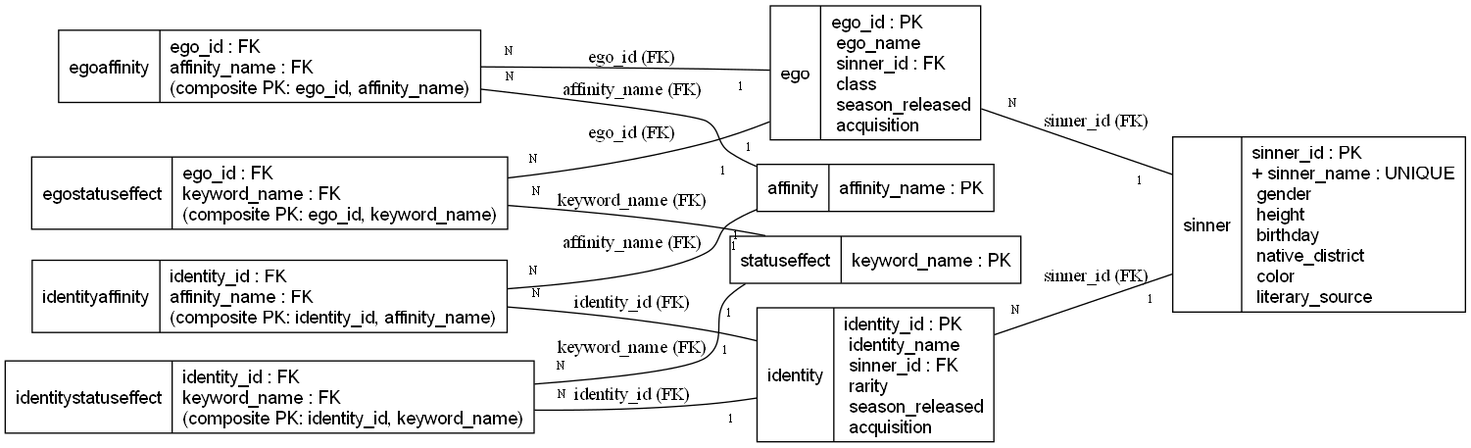
Earlier version of the Graphviz export LimbusDB/diagrams/limbus_db_er.png (NanaTechy/LimbusDB-Project). Its source is kept beside it as LimbusDB/diagrams/limbus_db_er.gv. Its diagram source:
```dot
digraph LimbusDB_ER {
  graph [rankdir=LR, fontsize=10];
  node [shape=record, fontname="Helvetica"];

  sinner [label="{sinner|<pk> sinner_id : PK\l+ sinner_name : UNIQUE\l gender\l height\l birthday\l native_district\l color\l literary_source\l}"];

  ego [label="{ego|<pk> ego_id : PK\l ego_name\l sinner_id : FK\l class\l season_released\l acquisition\l}"];

  identity [label="{identity|<pk> identity_id : PK\l identity_name\l sinner_id : FK\l rarity\l season_released\l acquisition\l}"];

  affinity [label="{affinity|<pk> affinity_name : PK}"];

  statuseffect [label="{statuseffect|<pk> keyword_name : PK}"];

  egoaffinity [label="{egoaffinity|ego_id : FK\laffinity_name : FK\l(composite PK: ego_id, affinity_name)\l}"];

  egostatuseffect [label="{egostatuseffect|ego_id : FK\lkeyword_name : FK\l(composite PK: ego_id, keyword_name)\l}"];

  identityaffinity [label="{identityaffinity|identity_id : FK\laffinity_name : FK\l(composite PK: identity_id, affinity_name)\l}"];

  identitystatuseffect [label="{identitystatuseffect|identity_id : FK\lkeyword_name : FK\l(composite PK: identity_id, keyword_name)\l}"];

  ego -> sinner [label="sinner_id (FK)", headlabel="1", taillabel="N", labelfontsize=9, labeldistance=2.5, labelangle=30, arrowhead=none];
  identity -> sinner [label="sinner_id (FK)", headlabel="1", taillabel="N", labelfontsize=9, labeldistance=2.5, labelangle=30, arrowhead=none];

  egoaffinity -> ego [label="ego_id (FK)", headlabel="1", taillabel="N", labelfontsize=9, labeldistance=2.5, labelangle=30, arrowhead=none];
  egoaffinity -> affinity [label="affinity_name (FK)", headlabel="1", taillabel="N", labelfontsize=9, labeldistance=2.5, labelangle=30, arrowhead=none];

  egostatuseffect -> ego [label="ego_id (FK)", headlabel="1", taillabel="N", labelfontsize=9, labeldistance=2.5, labelangle=30, arrowhead=none];
  egostatuseffect -> statuseffect [label="keyword_name (FK)", headlabel="1", taillabel="N", labelfontsize=9, labeldistance=2.5, labelangle=30, arrowhead=none];

  identityaffinity -> identity [label="identity_id (FK)", headlabel="1", taillabel="N", labelfontsize=9, labeldistance=2.5, labelangle=30, arrowhead=none];
  identityaffinity -> affinity [label="affinity_name (FK)", headlabel="1", taillabel="N", labelfontsize=9, labeldistance=2.5, labelangle=30, arrowhead=none];

  identitystatuseffect -> identity [label="identity_id (FK)", headlabel="1", taillabel="N", labelfontsize=9, labeldistance=2.5, labelangle=30, arrowhead=none];
  identitystatuseffect -> statuseffect [label="keyword_name (FK)", headlabel="1", taillabel="N", labelfontsize=9, labeldistance=2.5, labelangle=30, arrowhead=none];

  { rank=same; affinity; statuseffect }
  { rank=same; egoaffinity; egostatuseffect; identityaffinity; identitystatuseffect }
}
```
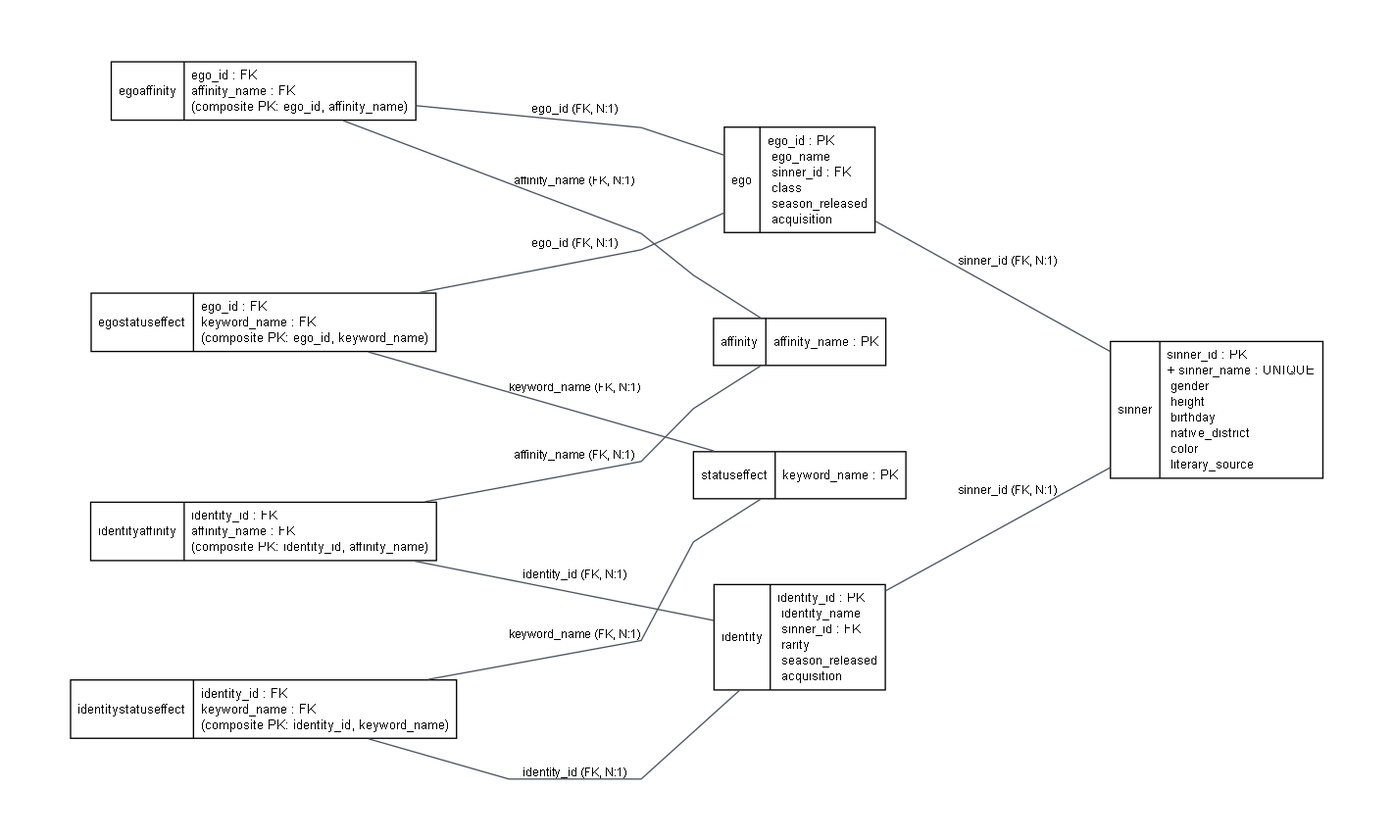
After the change.

Commit message:
Improved HTML navigation and made the ER Diagram more readable

What changed in the source:
```diff
@@ -1,6 +1,17 @@
 digraph LimbusDB_ER {
-  graph [rankdir=LR, fontsize=10];
-  node [shape=record, fontname="Helvetica"];
+  graph [
+    rankdir=LR,
+    fontsize=11,
+    fontname="Helvetica",
+    overlap=false,
+    splines=polyline,
+    nodesep=0.9,
+    ranksep=1.1,
+    pad="0.55,0.45",
+    margin="0.2,0.2"
+  ];
+  node [shape=record, fontname="Helvetica", fontsize=10, margin="0.08,0.06"];
+  edge [fontname="Helvetica", fontsize=9, arrowsize=0.7, color="#4b5563"];
 
   sinner [label="{sinner|<pk> sinner_id : PK\l+ sinner_name : UNIQUE\l gender\l height\l birthday\l native_district\l color\l literary_source\l}"];
 
@@ -20,20 +31,20 @@
 
   identitystatuseffect [label="{identitystatuseffect|identity_id : FK\lkeyword_name : FK\l(composite PK: identity_id, keyword_name)\l}"];
 
-  ego -> sinner [label="sinner_id (FK)", headlabel="1", taillabel="N", labelfontsize=9, labeldistance=2.5, labelangle=30, arrowhead=none];
-  identity -> sinner [label="sinner_id (FK)", headlabel="1", taillabel="N", labelfontsize=9, labeldistance=2.5, labelangle=30, arrowhead=none];
+  ego -> sinner [label="sinner_id (FK, N:1)", arrowhead=none];
+  identity -> sinner [label="sinner_id (FK, N:1)", arrowhead=none];
 
-  egoaffinity -> ego [label="ego_id (FK)", headlabel="1", taillabel="N", labelfontsize=9, labeldistance=2.5, labelangle=30, arrowhead=none];
-  egoaffinity -> affinity [label="affinity_name (FK)", headlabel="1", taillabel="N", labelfontsize=9, labeldistance=2.5, labelangle=30, arrowhead=none];
+  egoaffinity -> ego [label="ego_id (FK, N:1)", arrowhead=none];
+  egoaffinity -> affinity [label="affinity_name (FK, N:1)", arrowhead=none];
 
-  egostatuseffect -> ego [label="ego_id (FK)", headlabel="1", taillabel="N", labelfontsize=9, labeldistance=2.5, labelangle=30, arrowhead=none];
-  egostatuseffect -> statuseffect [label="keyword_name (FK)", headlabel="1", taillabel="N", labelfontsize=9, labeldistance=2.5, labelangle=30, arrowhead=none];
+  egostatuseffect -> ego [label="ego_id (FK, N:1)", arrowhead=none];
+  egostatuseffect -> statuseffect [label="keyword_name (FK, N:1)", arrowhead=none];
 
-  identityaffinity -> identity [label="identity_id (FK)", headlabel="1", taillabel="N", labelfontsize=9, labeldistance=2.5, labelangle=30, arrowhead=none];
-  identityaffinity -> affinity [label="affinity_name (FK)", headlabel="1", taillabel="N", labelfontsize=9, labeldistance=2.5, labelangle=30, arrowhead=none];
+  identityaffinity -> identity [label="identity_id (FK, N:1)", arrowhead=none];
+  identityaffinity -> affinity [label="affinity_name (FK, N:1)", arrowhead=none];
 
-  identitystatuseffect -> identity [label="identity_id (FK)", headlabel="1", taillabel="N", labelfontsize=9, labeldistance=2.5, labelangle=30, arrowhead=none];
-  identitystatuseffect -> statuseffect [label="keyword_name (FK)", headlabel="1", taillabel="N", labelfontsize=9, labeldistance=2.5, labelangle=30, arrowhead=none];
+  identitystatuseffect -> identity [label="identity_id (FK, N:1)", arrowhead=none];
+  identitystatuseffect -> statuseffect [label="keyword_name (FK, N:1)", arrowhead=none];
 
   { rank=same; affinity; statuseffect }
   { rank=same; egoaffinity; egostatuseffect; identityaffinity; identitystatuseffect }
```
